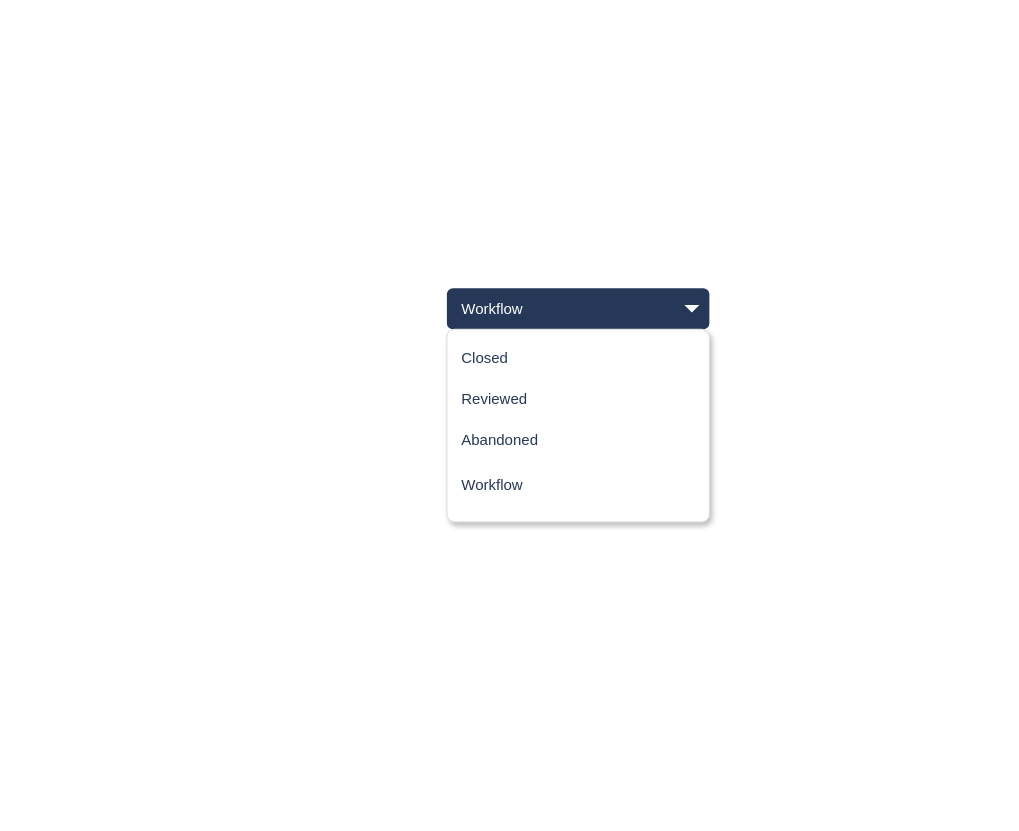
This is Basic/end/data.drawio from Rocky7777/draw_files, a draw.io file, before an edit. Source tidied: cells renumbered, new cells numbered last; positions are measured from the earlier drawing's top-left corner, leaving out a move shared by most shapes. Both pictures are drawn from the tidied source at 125%, with x=0, y=0 at pixel (446, 288).
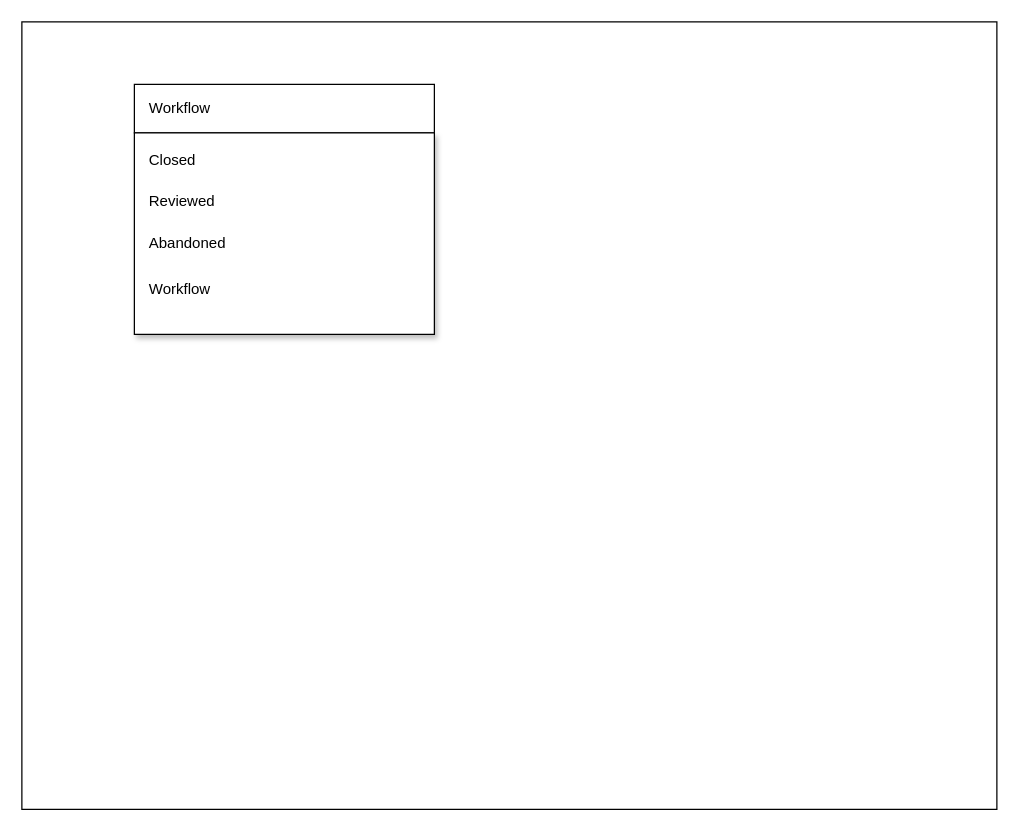
After the change.

The edit, as a diff of the source:
```diff
@@
 <mxGraphModel>
   <root>
     <mxCell id="0" />
+    <mxCell id="9" parent="0" />
+    <mxCell id="10" style="rounded=0;whiteSpace=wrap;html=1;sketch=0;fillColor=#FFFFFF;" parent="9" vertex="1">
+      <mxGeometry x="-340" y="-213" width="780" height="630" as="geometry" />
+    </mxCell>
     <mxCell id="1" parent="0" />
+    <mxCell id="11" style="group;" parent="1" vertex="1">
+      <mxGeometry x="-250" y="-163" width="240" height="200" as="geometry" />
+    </mxCell>
-    <mxCell id="2" value="Workflow" style="rounded=1;fillColor=#253858;strokeColor=none;html=1;fontColor=#ffffff;align=left;fontSize=12;spacingLeft=10;" parent="1" vertex="1">
-      <mxGeometry width="210" height="33" as="geometry" />
+    <mxCell id="2" value="Workflow" style="html=1;align=left;fontSize=12;spacingLeft=10;" parent="11" vertex="1">
+      <mxGeometry width="240" height="38.8" as="geometry" />
     </mxCell>
-    <mxCell id="3" style="shape=triangle;direction=south;fillColor=#ffffff;strokeColor=none;html=1;" parent="2" vertex="1">
+    <mxCell id="3" style="shape=triangle;direction=south;strokeColor=none;html=1;" parent="2" vertex="1">
       <mxGeometry x="1" y="0.5" width="12" height="6" relative="1" as="geometry">
         <mxPoint x="-20" y="-3" as="offset" />
       </mxGeometry>
     </mxCell>
-    <mxCell id="4" style="rounded=1;fillColor=#ffffff;strokeColor=#DFE1E5;shadow=1;html=1;arcSize=4;" parent="1" vertex="1">
-      <mxGeometry y="33" width="210" height="154" as="geometry" />
+    <mxCell id="4" style="shadow=1;html=1;arcSize=4;" parent="11" vertex="1">
+      <mxGeometry y="38.8" width="240" height="161.2" as="geometry" />
     </mxCell>
-    <mxCell id="5" value="Closed" style="rounded=0;strokeColor=none;shadow=0;html=1;align=left;fontSize=12;spacingLeft=10;fontColor=#253858;fillColor=none;" parent="4" vertex="1">
-      <mxGeometry width="210" height="33" relative="1" as="geometry">
+    <mxCell id="5" value="Closed" style="strokeColor=none;shadow=0;html=1;align=left;fontSize=12;spacingLeft=10;fillColor=none;" parent="4" vertex="1">
+      <mxGeometry width="240" height="33" relative="1" as="geometry">
         <mxPoint y="6" as="offset" />
       </mxGeometry>
     </mxCell>
-    <mxCell id="6" value="Reviewed" style="rounded=0;fillColor=none;strokeColor=none;shadow=0;html=1;align=left;fontSize=12;spacingLeft=10;fontColor=#253858;" parent="4" vertex="1">
-      <mxGeometry width="210" height="33" relative="1" as="geometry">
+    <mxCell id="6" value="Reviewed" style="fillColor=none;strokeColor=none;shadow=0;html=1;align=left;fontSize=12;spacingLeft=10;" parent="4" vertex="1">
+      <mxGeometry width="240" height="33" relative="1" as="geometry">
         <mxPoint y="39" as="offset" />
       </mxGeometry>
     </mxCell>
-    <mxCell id="7" value="Abandoned" style="rounded=0;fillColor=none;strokeColor=none;shadow=0;html=1;align=left;fontSize=12;spacingLeft=10;fontColor=#253858;" parent="4" vertex="1">
-      <mxGeometry width="210" height="33" relative="1" as="geometry">
+    <mxCell id="7" value="Abandoned" style="fillColor=none;strokeColor=none;shadow=0;html=1;align=left;fontSize=12;spacingLeft=10;" parent="4" vertex="1">
+      <mxGeometry width="240" height="33" relative="1" as="geometry">
         <mxPoint y="72" as="offset" />
       </mxGeometry>
     </mxCell>
-    <mxCell id="8" value="Workflow" style="rounded=0;fillColor=none;strokeColor=none;shadow=0;html=1;align=left;fontSize=12;spacingLeft=10;fontColor=#253858;" parent="4" vertex="1">
-      <mxGeometry width="227.5" height="40" relative="1" as="geometry">
+    <mxCell id="8" value="Workflow" style="fillColor=none;strokeColor=none;shadow=0;html=1;align=left;fontSize=12;spacingLeft=10;" parent="4" vertex="1">
+      <mxGeometry width="240" height="40" relative="1" as="geometry">
         <mxPoint y="105" as="offset" />
       </mxGeometry>
     </mxCell>
   </root>
 </mxGraphModel>
```
